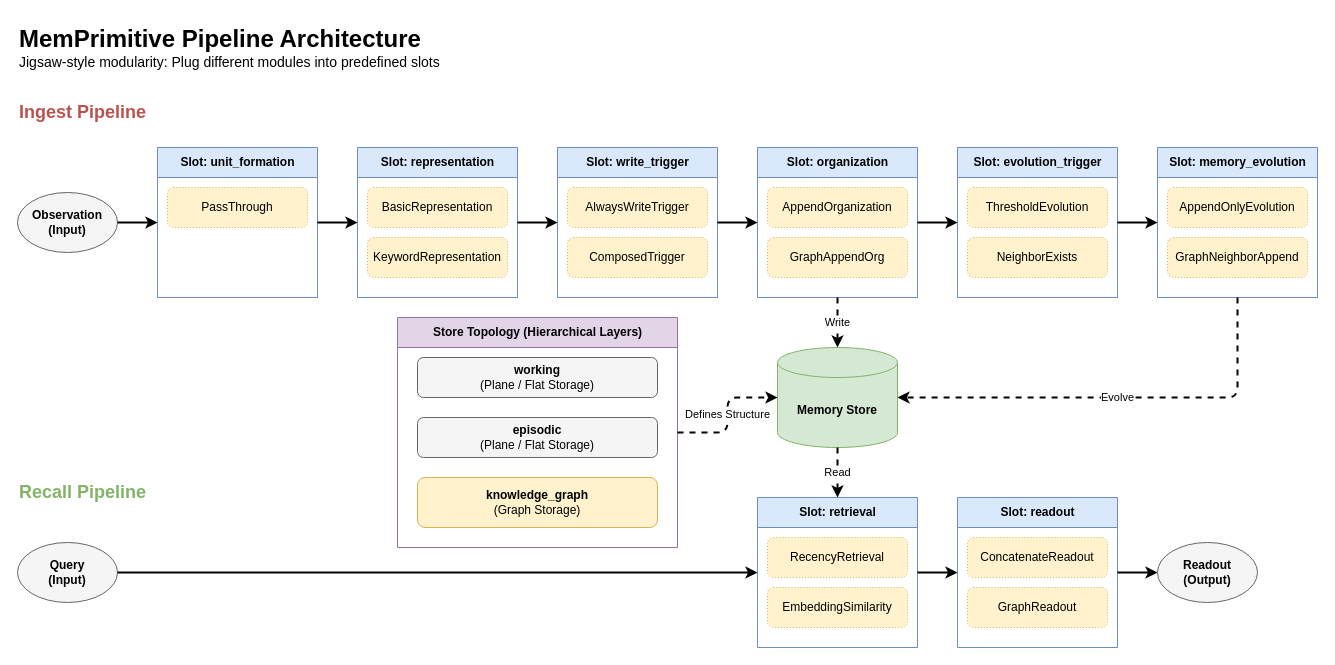
Above: diagrams/memprimitive_pipeline.drawio in Litmeb/MemPrimitive (draw.io), before the change. Source tidied: cells renumbered, new cells numbered last; positions are measured from the earlier drawing's top-left corner, leaving out a move shared by most shapes. Both pictures are drawn from the tidied source at 100%, with x=0, y=0 at pixel (17, 17).
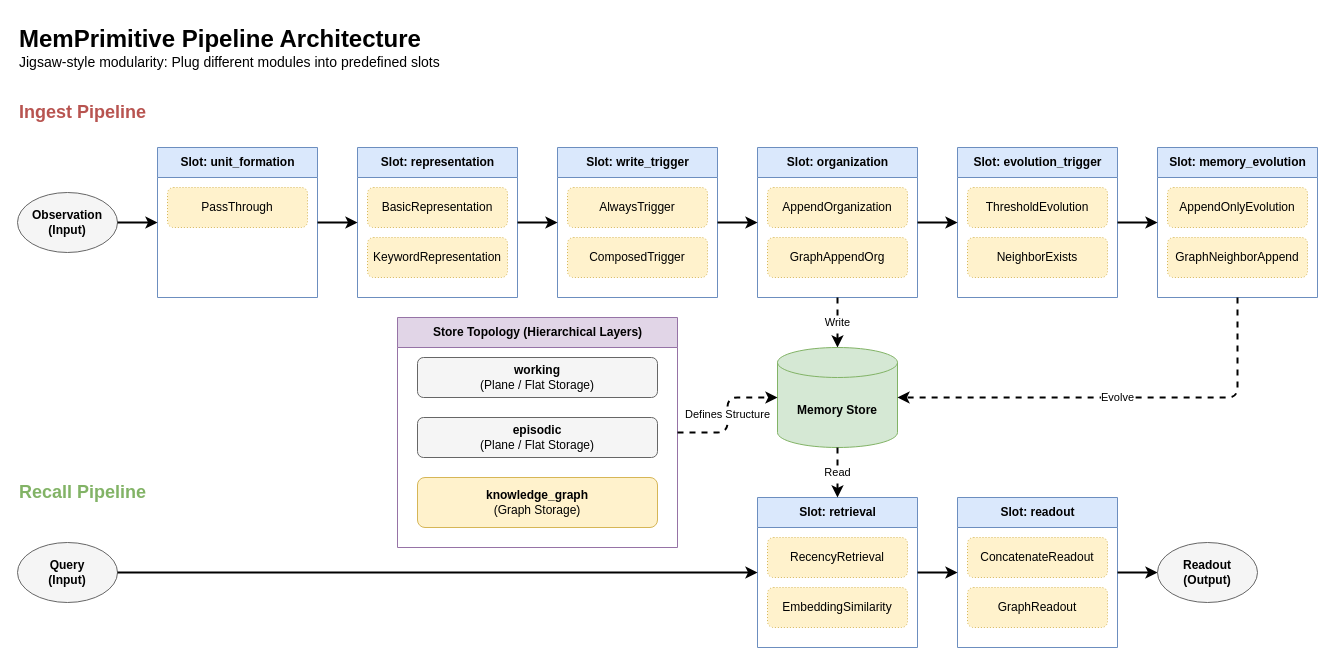
The same diagram, later.

The change refers to these unchanged cells:
```xml
<mxCell id="10" value="Slot: write_trigger" style="swimlane;startSize=30;fillColor=#dae8fc;strokeColor=#6c8ebf;fontStyle=1;html=1;" parent="1" vertex="1">
  <mxGeometry x="540" y="130" width="160" height="150" as="geometry" />
</mxCell>
```

Change to the diagram source:
```diff
@@
-    <mxCell id="11" value="AlwaysWriteTrigger" style="rounded=1;whiteSpace=wrap;html=1;fillColor=#fff2cc;strokeColor=#d6b656;dashed=1;dashPattern=1 2;" parent="10" vertex="1">
+    <mxCell id="11" value="AlwaysTrigger" style="rounded=1;whiteSpace=wrap;html=1;fillColor=#fff2cc;strokeColor=#d6b656;dashed=1;dashPattern=1 2;" parent="10" vertex="1">
       <mxGeometry x="10" y="40" width="140" height="40" as="geometry" />
     </mxCell>
```
